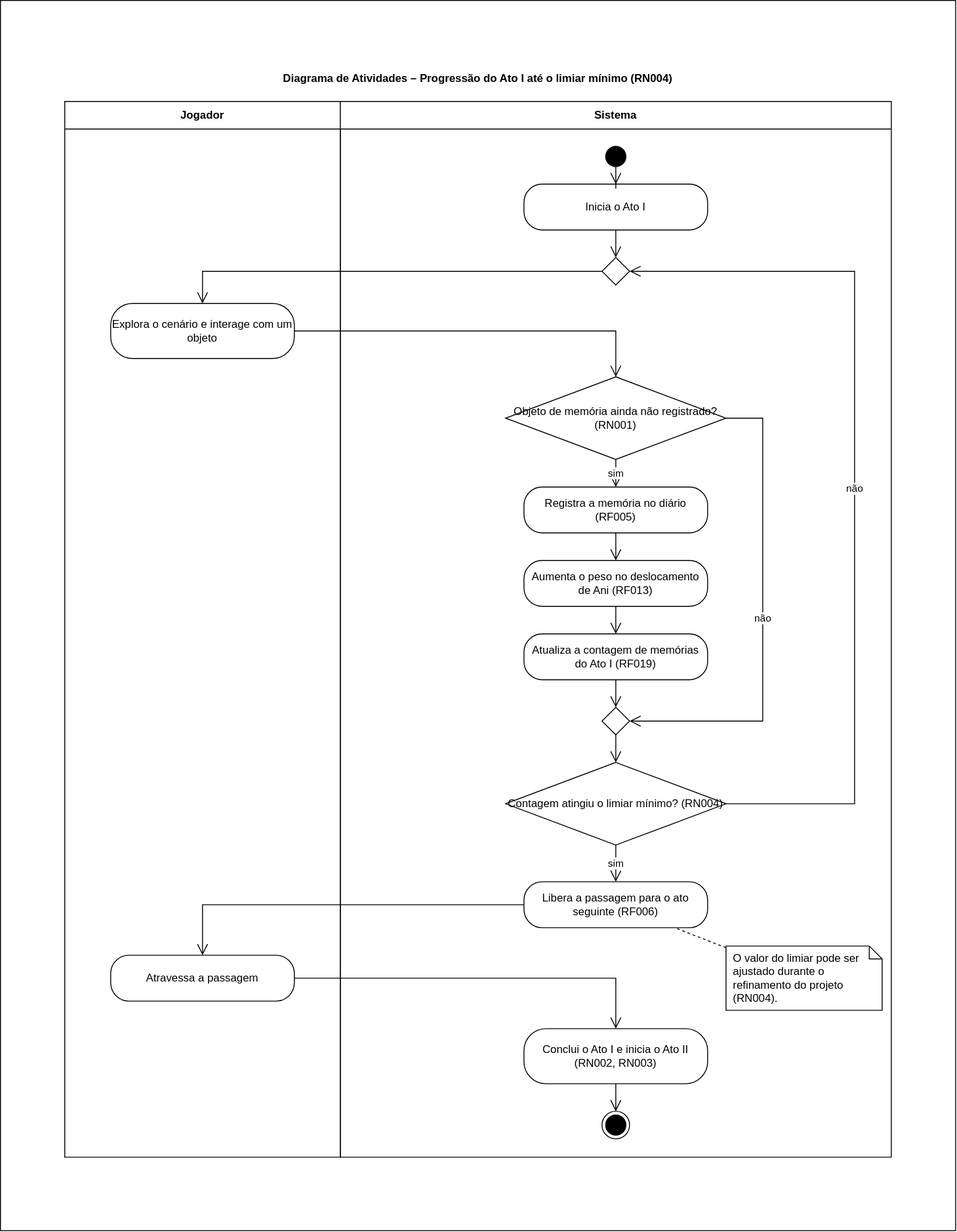
omatheusfaria/Ani keeps this draw.io diagram as docs/diagramas/atividades-progressao-ato-i.drawio.svg. Above is the earlier version. Source tidied: cells renumbered, new cells last; positions are measured from the earlier drawing's top-left corner, leaving out a move shared by most shapes.
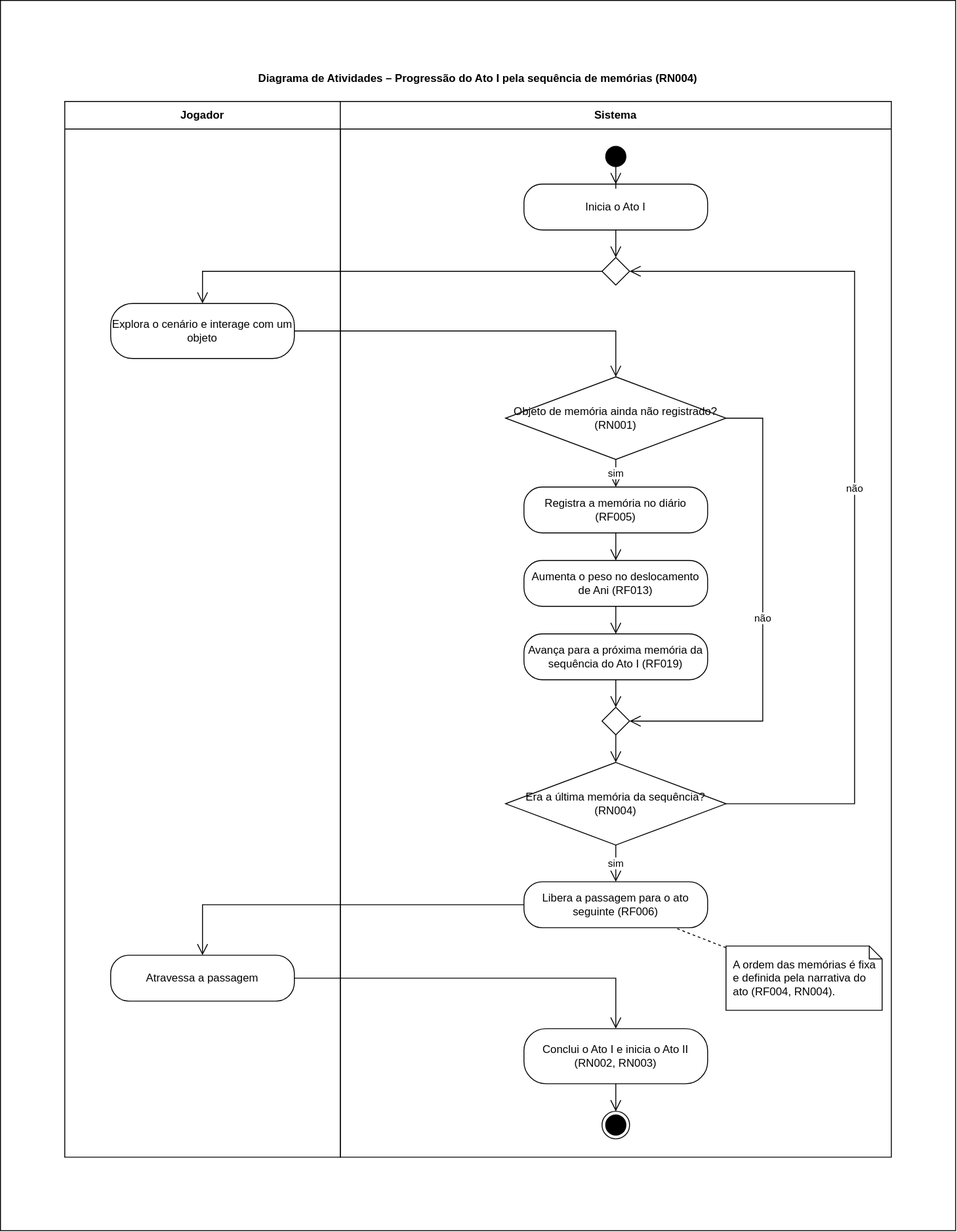
The same file after the commit.

Commit message:
Adiciona a volta ao menu pela pausa e a nota de salvamento automático nos diagramas

The edit, as a diff of the source:
```diff
@@ -5,7 +5,7 @@
     <mxCell id="2" style="rounded=0;whiteSpace=wrap;html=1;" parent="1" vertex="1">
       <mxGeometry width="1040" height="1340" as="geometry" />
     </mxCell>
-    <mxCell id="3" value="Diagrama de Atividades – Progressão do Ato I até o limiar mínimo (RN004)" style="text;html=1;whiteSpace=wrap;strokeColor=none;fillColor=none;align=center;verticalAlign=middle;rounded=0;fontStyle=1;" parent="1" vertex="1">
+    <mxCell id="3" value="Diagrama de Atividades – Progressão do Ato I pela sequência de memórias (RN004)" style="text;html=1;whiteSpace=wrap;strokeColor=none;fillColor=none;align=center;verticalAlign=middle;rounded=0;fontStyle=1;" parent="1" vertex="1">
       <mxGeometry x="70" y="70" width="900" height="30" as="geometry" />
     </mxCell>
     <mxCell id="4" value="Jogador" style="swimlane;html=1;startSize=30;horizontal=1;whiteSpace=wrap;" parent="1" vertex="1">
@@ -38,19 +38,19 @@
     <mxCell id="13" value="Aumenta o peso no deslocamento de Ani (RF013)" style="rounded=1;whiteSpace=wrap;html=1;arcSize=40;" parent="7" vertex="1">
       <mxGeometry x="200" y="500" width="200" height="50" as="geometry" />
     </mxCell>
-    <mxCell id="14" value="Atualiza a contagem de memórias do Ato I (RF019)" style="rounded=1;whiteSpace=wrap;html=1;arcSize=40;" parent="7" vertex="1">
+    <mxCell id="14" value="Avança para a próxima memória da sequência do Ato I (RF019)" style="rounded=1;whiteSpace=wrap;html=1;arcSize=40;" parent="7" vertex="1">
       <mxGeometry x="200" y="580" width="200" height="50" as="geometry" />
     </mxCell>
     <mxCell id="15" style="rhombus;whiteSpace=wrap;html=1;" parent="7" vertex="1">
       <mxGeometry x="285" y="660" width="30" height="30" as="geometry" />
     </mxCell>
-    <mxCell id="16" value="Contagem atingiu o limiar mínimo? (RN004)" style="rhombus;whiteSpace=wrap;html=1;" parent="7" vertex="1">
+    <mxCell id="16" value="Era a última memória da sequência? (RN004)" style="rhombus;whiteSpace=wrap;html=1;" parent="7" vertex="1">
       <mxGeometry x="180" y="720" width="240" height="90" as="geometry" />
     </mxCell>
     <mxCell id="17" value="Libera a passagem para o ato seguinte (RF006)" style="rounded=1;whiteSpace=wrap;html=1;arcSize=40;" parent="7" vertex="1">
       <mxGeometry x="200" y="850" width="200" height="50" as="geometry" />
     </mxCell>
-    <mxCell id="18" value="O valor do limiar pode ser ajustado durante o refinamento do projeto (RN004)." style="shape=note;whiteSpace=wrap;html=1;backgroundOutline=1;size=14;align=left;spacingLeft=6;" parent="7" vertex="1">
+    <mxCell id="18" value="A ordem das memórias é fixa e definida pela narrativa do ato (RF004, RN004)." style="shape=note;whiteSpace=wrap;html=1;backgroundOutline=1;size=14;align=left;spacingLeft=6;" parent="7" vertex="1">
       <mxGeometry x="420" y="920" width="170" height="70" as="geometry" />
     </mxCell>
     <mxCell id="19" value="Conclui o Ato I e inicia o Ato II (RN002, RN003)" style="rounded=1;whiteSpace=wrap;html=1;arcSize=40;" parent="7" vertex="1">
```
